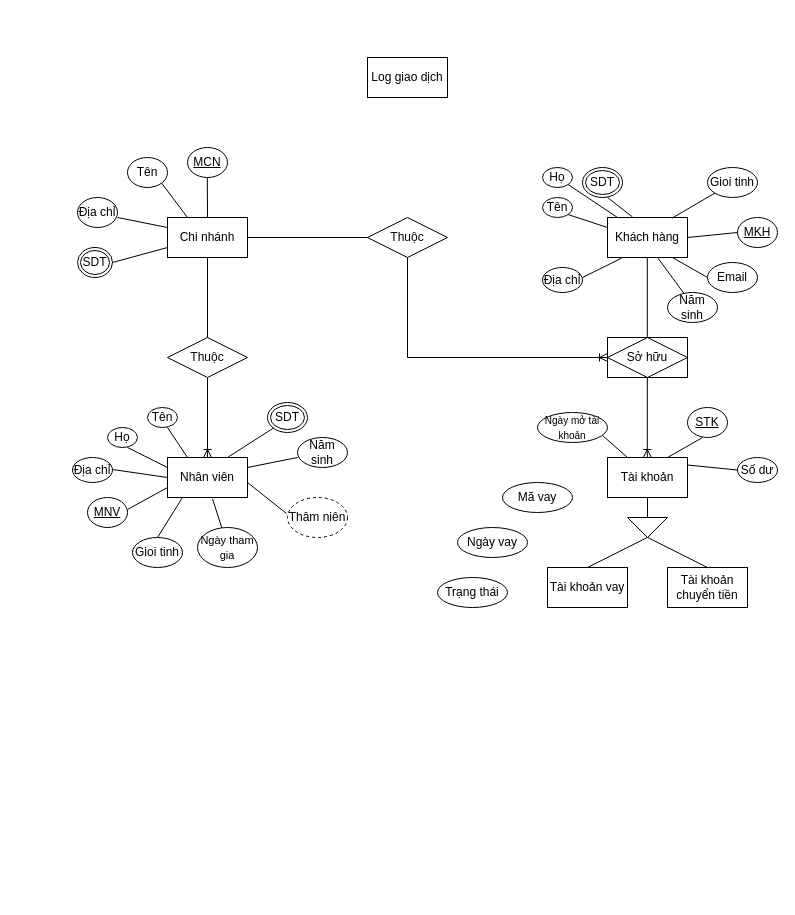
Above: CSDL.drawio in HoangVietAnh09/CSDL (draw.io), before the change. Source tidied: cells renumbered, new cells numbered last; positions are measured from the earlier drawing's top-left corner, leaving out a move shared by most shapes. Both pictures are drawn from the tidied source at 100%, with x=0, y=0 at pixel (72, 57).
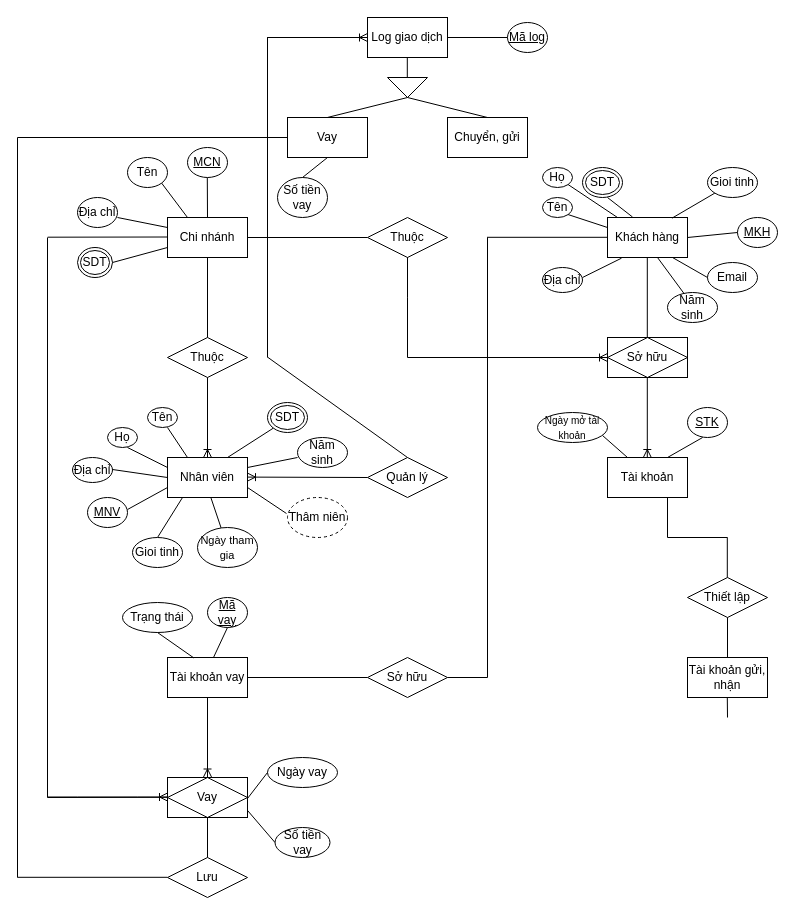
Above is the later version.

Unchanged cells that the change refers to:
```xml
<mxCell id="3" value="Nhân viên" style="rounded=0;whiteSpace=wrap;html=1;" parent="1" vertex="1">
  <mxGeometry x="95" y="400" width="80" height="40" as="geometry" />
</mxCell>
<mxCell id="27" value="&lt;font style=&quot;font-size: 11px;&quot;&gt;Ngày tham gia&lt;/font&gt;" style="ellipse;whiteSpace=wrap;html=1;align=center;" parent="1" vertex="1">
  <mxGeometry x="125" y="470" width="60" height="40" as="geometry" />
</mxCell>
<mxCell id="28" value="Thâm niên" style="ellipse;whiteSpace=wrap;html=1;align=center;dashed=1;" parent="1" vertex="1">
  <mxGeometry x="215" y="440" width="60" height="40" as="geometry" />
</mxCell>
```

What changed in the source:
```diff
@@
-    <mxCell id="29" style="endArrow=none;html=1;rounded=0;entryX=0.563;entryY=1.033;entryDx=0;entryDy=0;entryPerimeter=0;" parent="1" edge="1" source="27" target="3">
+    <mxCell id="29" style="endArrow=none;html=1;rounded=0;entryX=0.544;entryY=1.013;entryDx=0;entryDy=0;entryPerimeter=0;" parent="1" edge="1" source="27" target="3">
       <mxGeometry relative="1" as="geometry" />
     </mxCell>
-    <mxCell id="30" style="endArrow=none;html=1;rounded=0;entryX=0;entryY=0.75;entryDx=0;entryDy=0;exitX=-0.017;exitY=0.4;exitDx=0;exitDy=0;exitPerimeter=0;" parent="1" edge="1" source="28">
-      <mxGeometry relative="1" as="geometry">
-        <mxPoint x="175" y="425" as="targetPoint" />
-      </mxGeometry>
+    <mxCell id="30" style="endArrow=none;html=1;rounded=0;entryX=1;entryY=0.75;entryDx=0;entryDy=0;exitX=-0.017;exitY=0.4;exitDx=0;exitDy=0;exitPerimeter=0;" parent="1" edge="1" source="28" target="3">
+      <mxGeometry relative="1" as="geometry" />
     </mxCell>
@@
-    <mxCell id="56" value="Số dư" style="ellipse;whiteSpace=wrap;html=1;align=center;" parent="1" vertex="1">
-      <mxGeometry x="665" y="400" width="40" height="25" as="geometry" />
-    </mxCell>
@@
-    <mxCell id="60" style="verticalLabelPosition=bottom;verticalAlign=top;html=1;shape=mxgraph.basic.acute_triangle;dx=0.5;rotation=-180;" parent="1" vertex="1">
-      <mxGeometry x="555" y="460" width="40" height="20" as="geometry" />
-    </mxCell>
-    <mxCell id="61" style="endArrow=none;html=1;rounded=0;exitX=1;exitY=0.25;exitDx=0;exitDy=0;" parent="1" edge="1">
+    <mxCell id="61" style="endArrow=none;html=1;rounded=0;" parent="1" edge="1">
       <mxGeometry relative="1" as="geometry">
-        <mxPoint x="575" y="440" as="sourcePoint" />
-        <mxPoint x="575" y="460" as="targetPoint" />
+        <mxPoint x="415" y="180" as="sourcePoint" />
+        <mxPoint x="415" y="620" as="targetPoint" />
       </mxGeometry>
     </mxCell>
-    <mxCell id="62" style="endArrow=none;html=1;rounded=0;exitX=1;exitY=0.25;exitDx=0;exitDy=0;" parent="1" edge="1">
-      <mxGeometry relative="1" as="geometry">
-        <mxPoint x="574.8" y="480" as="sourcePoint" />
-        <mxPoint x="515" y="510" as="targetPoint" />
-      </mxGeometry>
-    </mxCell>
     <mxCell id="63" value="Tài khoản vay" style="whiteSpace=wrap;html=1;align=center;" parent="1" vertex="1">
-      <mxGeometry x="475" y="510" width="80" height="40" as="geometry" />
+      <mxGeometry x="95" y="600" width="80" height="40" as="geometry" />
     </mxCell>
     <mxCell id="64" value="Log giao dịch" style="whiteSpace=wrap;html=1;align=center;" parent="1" vertex="1">
-      <mxGeometry x="295" width="80" height="40" as="geometry" />
+      <mxGeometry x="295" y="-40" width="80" height="40" as="geometry" />
     </mxCell>
-    <mxCell id="65" value="Tài khoản chuyển tiền" style="whiteSpace=wrap;html=1;align=center;" parent="1" vertex="1">
-      <mxGeometry x="595" y="510" width="80" height="40" as="geometry" />
+    <mxCell id="65" value="Tài khoản gửi, nhận" style="whiteSpace=wrap;html=1;align=center;" parent="1" vertex="1">
+      <mxGeometry x="615" y="600" width="80" height="40" as="geometry" />
     </mxCell>
-    <mxCell id="66" style="endArrow=none;html=1;rounded=0;exitX=0.5;exitY=0;exitDx=0;exitDy=0;" parent="1" edge="1" source="65">
-      <mxGeometry relative="1" as="geometry">
-        <mxPoint x="575.2" y="480" as="targetPoint" />
-      </mxGeometry>
-    </mxCell>
@@
-    <mxCell id="69" style="endArrow=none;html=1;rounded=0;exitX=0;exitY=0.5;exitDx=0;exitDy=0;" parent="1" edge="1" source="56">
+    <mxCell id="69" style="endArrow=none;html=1;rounded=0;" parent="1" edge="1">
       <mxGeometry relative="1" as="geometry">
-        <mxPoint x="615" y="407.5" as="targetPoint" />
+        <mxPoint x="595" y="480" as="sourcePoint" />
+        <mxPoint x="595" y="440" as="targetPoint" />
       </mxGeometry>
     </mxCell>
     <mxCell id="70" value="Ngày vay" style="ellipse;whiteSpace=wrap;html=1;align=center;" parent="1" vertex="1">
-      <mxGeometry x="385" y="470" width="70" height="30" as="geometry" />
+      <mxGeometry x="195" y="700" width="70" height="30" as="geometry" />
     </mxCell>
     <mxCell id="71" value="Trạng thái" style="ellipse;whiteSpace=wrap;html=1;align=center;" parent="1" vertex="1">
-      <mxGeometry x="365" y="520" width="70" height="30" as="geometry" />
+      <mxGeometry x="50" y="545" width="70" height="30" as="geometry" />
     </mxCell>
+    <mxCell id="73" value="Số tiền vay" style="ellipse;whiteSpace=wrap;html=1;align=center;" parent="1" vertex="1">
+      <mxGeometry x="202.5" y="770" width="55" height="30" as="geometry" />
+    </mxCell>
-    <mxCell id="72" value="Mã vay" style="ellipse;whiteSpace=wrap;html=1;align=center;" parent="1" vertex="1">
-      <mxGeometry x="430" y="425" width="70" height="30" as="geometry" />
+    <mxCell id="72" value="Mã vay" style="ellipse;whiteSpace=wrap;html=1;align=center;fontStyle=4;" parent="1" vertex="1">
+      <mxGeometry x="135" y="540" width="40" height="30" as="geometry" />
     </mxCell>
+    <mxCell id="74" style="endArrow=none;html=1;rounded=0;entryX=0;entryY=0.75;entryDx=0;entryDy=0;exitX=0.575;exitY=0;exitDx=0;exitDy=0;exitPerimeter=0;" parent="1" edge="1" source="63">
+      <mxGeometry relative="1" as="geometry">
+        <mxPoint x="155" y="570" as="targetPoint" />
+      </mxGeometry>
+    </mxCell>
+    <mxCell id="75" style="endArrow=none;html=1;rounded=0;entryX=0;entryY=0.75;entryDx=0;entryDy=0;exitX=0.331;exitY=0.013;exitDx=0;exitDy=0;exitPerimeter=0;" parent="1" edge="1" source="63">
+      <mxGeometry relative="1" as="geometry">
+        <mxPoint x="85" y="575" as="targetPoint" />
+      </mxGeometry>
+    </mxCell>
+    <mxCell id="76" style="endArrow=none;html=1;rounded=0;exitX=0;exitY=0.5;exitDx=0;exitDy=0;" parent="1" edge="1" source="70">
+      <mxGeometry relative="1" as="geometry">
+        <mxPoint x="175" y="741" as="targetPoint" />
+      </mxGeometry>
+    </mxCell>
+    <mxCell id="77" style="endArrow=none;html=1;rounded=0;entryX=0;entryY=0.5;entryDx=0;entryDy=0;" parent="1" edge="1" target="73">
+      <mxGeometry relative="1" as="geometry">
+        <mxPoint x="172.5" y="750" as="sourcePoint" />
+      </mxGeometry>
+    </mxCell>
+    <mxCell id="78" value="Sở hữu" style="shape=rhombus;perimeter=rhombusPerimeter;whiteSpace=wrap;html=1;align=center;" parent="1" vertex="1">
+      <mxGeometry x="295" y="600" width="80" height="40" as="geometry" />
+    </mxCell>
+    <mxCell id="79" style="endArrow=none;html=1;rounded=0;" parent="1" edge="1">
+      <mxGeometry relative="1" as="geometry">
+        <mxPoint x="415" y="620" as="sourcePoint" />
+        <mxPoint x="375" y="620" as="targetPoint" />
+      </mxGeometry>
+    </mxCell>
+    <mxCell id="80" style="endArrow=none;html=1;rounded=0;exitX=0;exitY=0.5;exitDx=0;exitDy=0;" parent="1" edge="1" source="78">
+      <mxGeometry relative="1" as="geometry">
+        <mxPoint x="175" y="620" as="targetPoint" />
+      </mxGeometry>
+    </mxCell>
+    <mxCell id="81" value="Thiết lập" style="shape=rhombus;perimeter=rhombusPerimeter;whiteSpace=wrap;html=1;align=center;" parent="1" vertex="1">
+      <mxGeometry x="615" y="520" width="80" height="40" as="geometry" />
+    </mxCell>
+    <mxCell id="82" style="endArrow=none;html=1;rounded=0;" parent="1" edge="1">
+      <mxGeometry relative="1" as="geometry">
+        <mxPoint x="654.8" y="520" as="sourcePoint" />
+        <mxPoint x="654.8" y="480" as="targetPoint" />
+      </mxGeometry>
+    </mxCell>
+    <mxCell id="83" style="endArrow=none;html=1;rounded=0;" parent="1" edge="1">
+      <mxGeometry relative="1" as="geometry">
+        <mxPoint x="655" y="480" as="sourcePoint" />
+        <mxPoint x="595" y="480" as="targetPoint" />
+      </mxGeometry>
+    </mxCell>
+    <mxCell id="84" style="endArrow=none;html=1;rounded=0;" parent="1" edge="1">
+      <mxGeometry relative="1" as="geometry">
+        <mxPoint x="655" y="600" as="sourcePoint" />
+        <mxPoint x="655" y="560" as="targetPoint" />
+      </mxGeometry>
+    </mxCell>
+    <mxCell id="85" style="endArrow=none;html=1;rounded=0;" parent="1" edge="1">
+      <mxGeometry relative="1" as="geometry">
+        <mxPoint x="655" y="660" as="sourcePoint" />
+        <mxPoint x="654.8" y="640" as="targetPoint" />
+      </mxGeometry>
+    </mxCell>
+    <mxCell id="86" style="endArrow=none;html=1;rounded=0;entryX=0;entryY=0.5;entryDx=0;entryDy=0;exitX=0.5;exitY=1;exitDx=0;exitDy=0;" parent="1" edge="1">
+      <mxGeometry relative="1" as="geometry">
+        <mxPoint x="414.5" y="179.8" as="sourcePoint" />
+        <mxPoint x="535" y="179.8" as="targetPoint" />
+      </mxGeometry>
+    </mxCell>
+    <mxCell id="87" value="Vay" style="shape=associativeEntity;whiteSpace=wrap;html=1;align=center;" parent="1" vertex="1">
+      <mxGeometry x="95" y="720" width="80" height="40" as="geometry" />
+    </mxCell>
+    <mxCell id="88" style="endArrow=none;html=1;rounded=0;" parent="1" edge="1">
+      <mxGeometry relative="1" as="geometry">
+        <mxPoint x="94.8" y="739.8" as="sourcePoint" />
+        <mxPoint x="-25" y="740" as="targetPoint" />
+      </mxGeometry>
+    </mxCell>
+    <mxCell id="89" style="endArrow=none;html=1;rounded=0;" parent="1" edge="1">
+      <mxGeometry relative="1" as="geometry">
+        <mxPoint x="-25" y="740" as="sourcePoint" />
+        <mxPoint x="-25" y="180" as="targetPoint" />
+      </mxGeometry>
+    </mxCell>
+    <mxCell id="90" style="endArrow=none;html=1;rounded=0;" parent="1" edge="1">
+      <mxGeometry relative="1" as="geometry">
+        <mxPoint x="-55" y="819.8" as="sourcePoint" />
+        <mxPoint x="95" y="819.8" as="targetPoint" />
+      </mxGeometry>
+    </mxCell>
+    <mxCell id="91" value="Lưu" style="shape=rhombus;perimeter=rhombusPerimeter;whiteSpace=wrap;html=1;align=center;" parent="1" vertex="1">
+      <mxGeometry x="95" y="800" width="80" height="40" as="geometry" />
+    </mxCell>
+    <mxCell id="92" style="endArrow=none;html=1;rounded=0;" parent="1" edge="1">
+      <mxGeometry relative="1" as="geometry">
+        <mxPoint x="-55" y="820" as="sourcePoint" />
+        <mxPoint x="-55" y="80" as="targetPoint" />
+      </mxGeometry>
+    </mxCell>
+    <mxCell id="93" style="endArrow=none;html=1;rounded=0;" parent="1" edge="1">
+      <mxGeometry relative="1" as="geometry">
+        <mxPoint x="334.8" as="sourcePoint" />
+        <mxPoint x="334.8" y="20" as="targetPoint" />
+      </mxGeometry>
+    </mxCell>
+    <mxCell id="94" style="verticalLabelPosition=bottom;verticalAlign=top;html=1;shape=mxgraph.basic.acute_triangle;dx=0.5;rotation=-180;" parent="1" vertex="1">
+      <mxGeometry x="315" y="20" width="40" height="20" as="geometry" />
+    </mxCell>
+    <mxCell id="95" value="Vay" style="whiteSpace=wrap;html=1;align=center;" parent="1" vertex="1">
+      <mxGeometry x="215" y="60" width="80" height="40" as="geometry" />
+    </mxCell>
+    <mxCell id="96" value="Chuyển, gửi" style="whiteSpace=wrap;html=1;align=center;" parent="1" vertex="1">
+      <mxGeometry x="375" y="60" width="80" height="40" as="geometry" />
+    </mxCell>
+    <mxCell id="97" style="endArrow=none;html=1;rounded=0;exitX=0;exitY=0;exitDx=20;exitDy=0;exitPerimeter=0;" parent="1" edge="1" source="94">
+      <mxGeometry relative="1" as="geometry">
+        <mxPoint x="254.8" y="60" as="targetPoint" />
+      </mxGeometry>
+    </mxCell>
+    <mxCell id="98" style="endArrow=none;html=1;rounded=0;exitX=0.5;exitY=0;exitDx=0;exitDy=0;" parent="1" edge="1" source="96">
+      <mxGeometry relative="1" as="geometry">
+        <mxPoint x="335" y="40" as="targetPoint" />
+      </mxGeometry>
+    </mxCell>
+    <mxCell id="99" style="endArrow=none;html=1;rounded=0;entryX=0;entryY=0.5;entryDx=0;entryDy=0;" parent="1" edge="1" target="95">
+      <mxGeometry relative="1" as="geometry">
+        <mxPoint x="-55" y="80" as="sourcePoint" />
+      </mxGeometry>
+    </mxCell>
+    <mxCell id="100" style="endArrow=none;html=1;rounded=0;entryX=0;entryY=0.75;entryDx=0;entryDy=0;exitX=0.5;exitY=0;exitDx=0;exitDy=0;" parent="1" edge="1" source="91">
+      <mxGeometry relative="1" as="geometry">
+        <mxPoint x="135" y="760" as="targetPoint" />
+      </mxGeometry>
+    </mxCell>
+    <mxCell id="101" style="edgeStyle=entityRelationEdgeStyle;fontSize=12;html=1;endArrow=ERoneToMany;rounded=0;" parent="1" edge="1">
+      <mxGeometry relative="1" as="geometry">
+        <mxPoint x="-25" y="739.5" as="sourcePoint" />
+        <mxPoint x="95" y="739.5" as="targetPoint" />
+        <Array as="points">
+          <mxPoint x="35" y="739.5" />
+          <mxPoint x="25" y="759.5" />
+        </Array>
+      </mxGeometry>
+    </mxCell>
+    <mxCell id="102" style="endArrow=none;html=1;rounded=0;" parent="1" edge="1">
+      <mxGeometry relative="1" as="geometry">
+        <mxPoint x="95" y="179.5" as="sourcePoint" />
+        <mxPoint x="-24.8" y="179.7" as="targetPoint" />
+      </mxGeometry>
+    </mxCell>
+    <mxCell id="103" style="fontSize=12;html=1;endArrow=ERoneToMany;rounded=0;exitX=0.5;exitY=1;exitDx=0;exitDy=0;" parent="1" edge="1" source="63">
+      <mxGeometry relative="1" as="geometry">
+        <mxPoint x="135" y="719.5" as="targetPoint" />
+      </mxGeometry>
+    </mxCell>
+    <mxCell id="104" style="fontSize=12;html=1;endArrow=ERoneToMany;rounded=0;entryX=0;entryY=0.5;entryDx=0;entryDy=0;" parent="1" edge="1">
+      <mxGeometry relative="1" as="geometry">
+        <mxPoint x="195" y="-20" as="sourcePoint" />
+        <mxPoint x="295" y="-20" as="targetPoint" />
+      </mxGeometry>
+    </mxCell>
+    <mxCell id="105" style="endArrow=none;html=1;rounded=0;entryX=0;entryY=0.5;entryDx=0;entryDy=0;" parent="1" edge="1">
+      <mxGeometry relative="1" as="geometry">
+        <mxPoint x="195" y="300" as="sourcePoint" />
+        <mxPoint x="195" y="-20.4" as="targetPoint" />
+      </mxGeometry>
+    </mxCell>
+    <mxCell id="106" value="Quản lý" style="shape=rhombus;perimeter=rhombusPerimeter;whiteSpace=wrap;html=1;align=center;" parent="1" vertex="1">
+      <mxGeometry x="295" y="400" width="80" height="40" as="geometry" />
+    </mxCell>
+    <mxCell id="107" style="endArrow=none;html=1;rounded=0;entryX=0.5;entryY=0;entryDx=0;entryDy=0;exitX=0.5;exitY=1;exitDx=0;exitDy=0;" parent="1" edge="1" target="106">
+      <mxGeometry relative="1" as="geometry">
+        <mxPoint x="195" y="299.6" as="sourcePoint" />
+      </mxGeometry>
+    </mxCell>
+    <mxCell id="108" style="fontSize=12;html=1;endArrow=ERoneToMany;rounded=0;entryX=0;entryY=0.5;entryDx=0;entryDy=0;exitX=0;exitY=0.5;exitDx=0;exitDy=0;" parent="1" edge="1" source="106">
+      <mxGeometry relative="1" as="geometry">
+        <mxPoint x="175" y="419.6" as="targetPoint" />
+      </mxGeometry>
+    </mxCell>
+    <mxCell id="109" value="Mã log" style="ellipse;whiteSpace=wrap;html=1;align=center;fontStyle=4;" parent="1" vertex="1">
+      <mxGeometry x="435" y="-35" width="40" height="30" as="geometry" />
+    </mxCell>
+    <mxCell id="110" style="endArrow=none;html=1;rounded=0;exitX=0;exitY=0.5;exitDx=0;exitDy=0;" parent="1" edge="1" source="109">
+      <mxGeometry relative="1" as="geometry">
+        <mxPoint x="375" y="-20" as="targetPoint" />
+      </mxGeometry>
+    </mxCell>
+    <mxCell id="111" value="Số tiền vay" style="ellipse;whiteSpace=wrap;html=1;align=center;" parent="1" vertex="1">
+      <mxGeometry x="205" y="120" width="50" height="40" as="geometry" />
+    </mxCell>
+    <mxCell id="112" style="endArrow=none;html=1;rounded=0;exitX=0.5;exitY=0;exitDx=0;exitDy=0;" parent="1" edge="1" source="111">
+      <mxGeometry relative="1" as="geometry">
+        <mxPoint x="255" y="100" as="targetPoint" />
+      </mxGeometry>
+    </mxCell>
```
